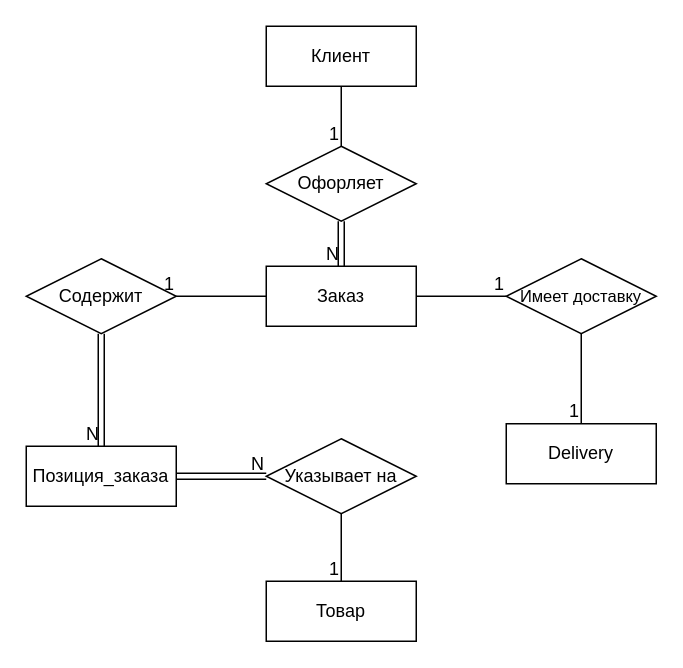
Before: ER-диаграмма.drawio in chibrus/bd_project, a draw.io diagram. Source tidied: cells renumbered, new cells numbered last; positions are measured from the earlier drawing's top-left corner, leaving out a move shared by most shapes. Both pictures are drawn from the tidied source at 150%, with x=0, y=0 at pixel (26, 26).
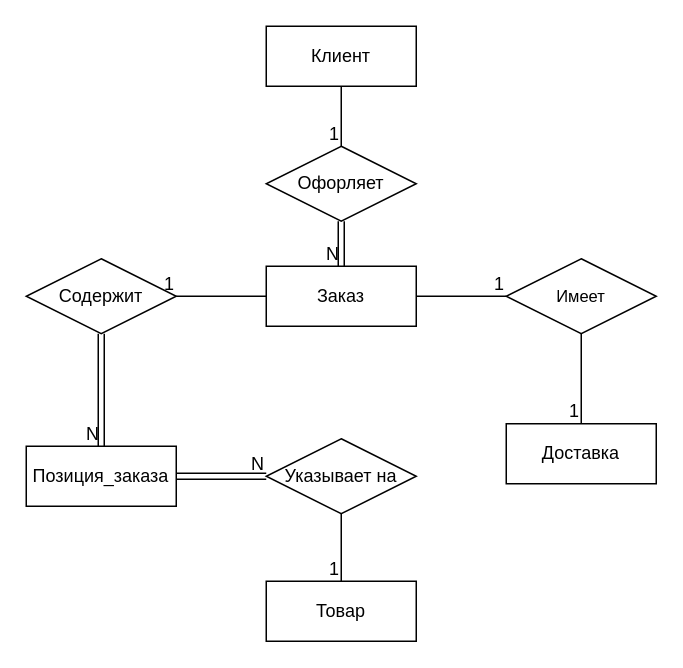
Above is the later version.

The edit, as a diff of the source:
```diff
@@
-    <mxCell id="5" value="Delivery" style="whiteSpace=wrap;html=1;align=center;" parent="1" vertex="1">
+    <mxCell id="5" value="Доставка" style="whiteSpace=wrap;html=1;align=center;" parent="1" vertex="1">
       <mxGeometry x="320" y="265" width="100" height="40" as="geometry" />
     </mxCell>
@@
-    <mxCell id="10" value="Имеет доставку" style="shape=rhombus;perimeter=rhombusPerimeter;whiteSpace=wrap;html=1;align=center;fontSize=11;" parent="1" vertex="1">
+    <mxCell id="10" value="Имеет" style="shape=rhombus;perimeter=rhombusPerimeter;whiteSpace=wrap;html=1;align=center;fontSize=11;" parent="1" vertex="1">
       <mxGeometry x="320" y="155" width="100" height="50" as="geometry" />
     </mxCell>
```
